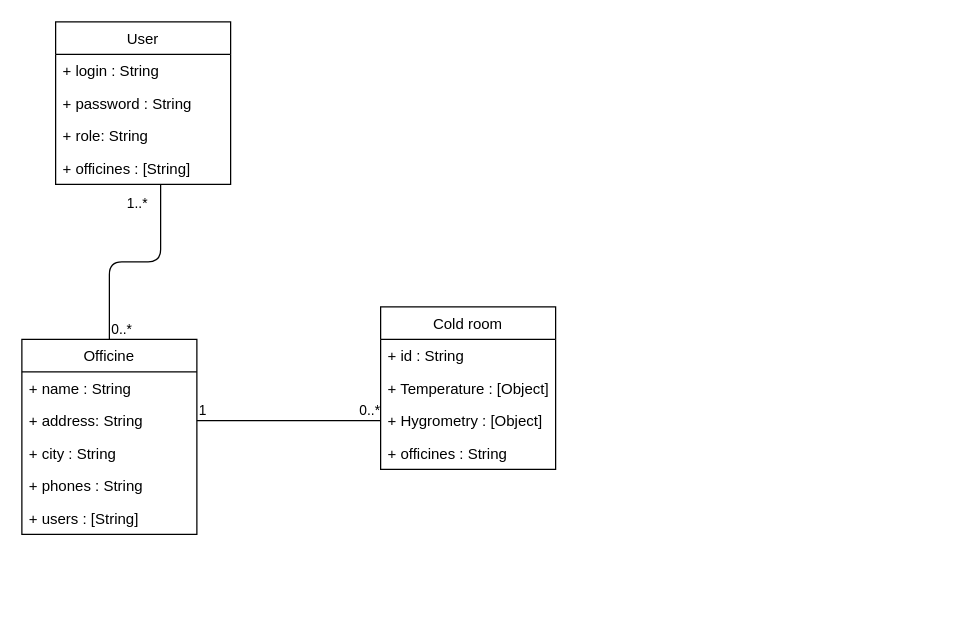
Earlier version of the draw.io diagram _projet/ECF_ColdRoom_DiagrammeClasse.drawio (youamzak/ecf-cold-room). Source tidied: cells renumbered, new cells numbered last; positions are measured from the earlier drawing's top-left corner, leaving out a move shared by most shapes. Both pictures are drawn from the tidied source at 125%, with x=0, y=0 at pixel (21, 21).
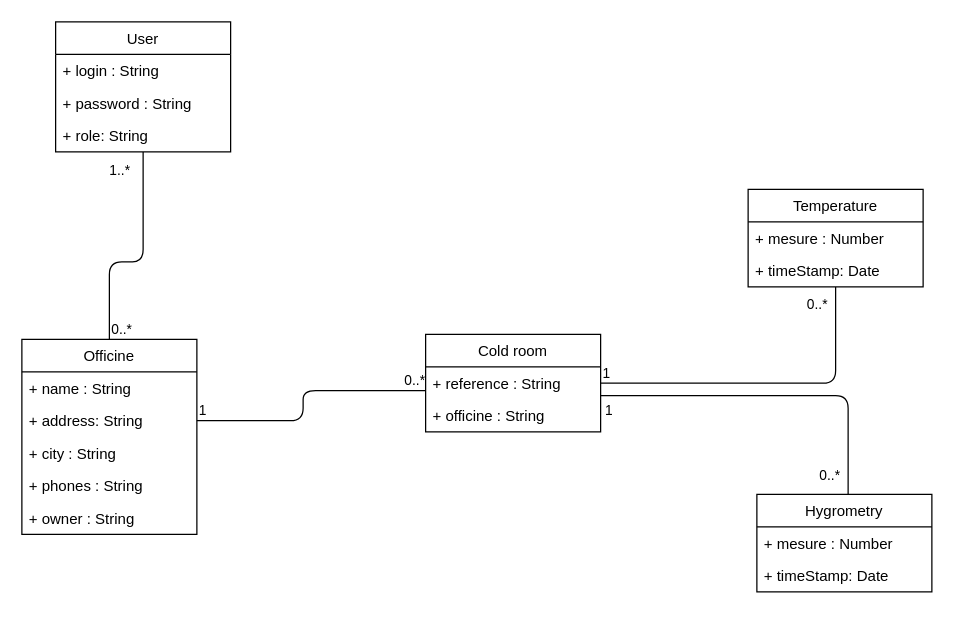
Above is the later version.

The change refers to these unchanged cells:
```xml
<mxCell id="7" value="Officine" style="swimlane;fontStyle=0;horizontal=1;startSize=26;fillColor=none;hachureGap=4;" parent="1" vertex="1">
  <mxGeometry y="254" width="140" height="156" as="geometry" />
</mxCell>
<mxCell id="9" value="+ address: String" style="text;strokeColor=none;fillColor=none;align=left;verticalAlign=top;spacingLeft=4;spacingRight=4;overflow=hidden;points=[[0,0.5],[1,0.5]];portConstraint=eastwest;" parent="7" vertex="1">
  <mxGeometry y="52" width="140" height="26" as="geometry" />
</mxCell>
```

Diff of the diagram source:
```diff
@@
     <mxCell id="2" value="User" style="swimlane;fontStyle=0;horizontal=1;startSize=26;fillColor=none;hachureGap=4;" parent="1" vertex="1">
-      <mxGeometry x="27" width="140" height="130" as="geometry" />
+      <mxGeometry x="27" width="140" height="104" as="geometry" />
     </mxCell>
@@
-    <mxCell id="6" value="+ officines : [String]" style="text;strokeColor=none;fillColor=none;align=left;verticalAlign=top;spacingLeft=4;spacingRight=4;overflow=hidden;" parent="2" vertex="1">
-      <mxGeometry y="104" width="140" height="26" as="geometry" />
-    </mxCell>
@@
-    <mxCell id="12" value="+ users : [String]" style="text;strokeColor=none;fillColor=none;align=left;verticalAlign=top;spacingLeft=4;spacingRight=4;overflow=hidden;" parent="7" vertex="1">
+    <mxCell id="12" value="+ owner : String" style="text;strokeColor=none;fillColor=none;align=left;verticalAlign=top;spacingLeft=4;spacingRight=4;overflow=hidden;" parent="7" vertex="1">
       <mxGeometry y="130" width="140" height="26" as="geometry" />
     </mxCell>
     <mxCell id="13" value="Cold room" style="swimlane;fontStyle=0;horizontal=1;startSize=26;fillColor=none;hachureGap=4;" parent="1" vertex="1">
-      <mxGeometry x="287" y="228" width="140" height="130" as="geometry" />
+      <mxGeometry x="323" y="250" width="140" height="78" as="geometry" />
     </mxCell>
-    <mxCell id="14" value="+ id : String" style="text;strokeColor=none;fillColor=none;align=left;verticalAlign=top;spacingLeft=4;spacingRight=4;overflow=hidden;" parent="13" vertex="1">
+    <mxCell id="14" value="+ reference : String" style="text;strokeColor=none;fillColor=none;align=left;verticalAlign=top;spacingLeft=4;spacingRight=4;overflow=hidden;" parent="13" vertex="1">
       <mxGeometry y="26" width="140" height="26" as="geometry" />
     </mxCell>
-    <mxCell id="15" value="+ Temperature : [Object]" style="text;strokeColor=none;fillColor=none;align=left;verticalAlign=top;spacingLeft=4;spacingRight=4;overflow=hidden;" parent="13" vertex="1">
-      <mxGeometry y="52" width="140" height="26" as="geometry" />
-    </mxCell>
-    <mxCell id="16" value="+ Hygrometry : [Object]" style="text;strokeColor=none;fillColor=none;align=left;verticalAlign=top;spacingLeft=4;spacingRight=4;overflow=hidden;points=[[0,0.5],[1,0.5]];portConstraint=eastwest;" parent="13" vertex="1">
-      <mxGeometry y="78" width="140" height="26" as="geometry" />
-    </mxCell>
-    <mxCell id="17" value="+ officines : String" style="text;strokeColor=none;fillColor=none;align=left;verticalAlign=top;spacingLeft=4;spacingRight=4;overflow=hidden;" parent="13" vertex="1">
-      <mxGeometry y="104" width="140" height="26" as="geometry" />
+    <mxCell id="17" value="+ officine : String" style="text;strokeColor=none;fillColor=none;align=left;verticalAlign=top;spacingLeft=4;spacingRight=4;overflow=hidden;" parent="13" vertex="1">
+      <mxGeometry y="52" width="140" height="26" as="geometry" />
     </mxCell>
-    <mxCell id="18" style="endArrow=none;html=1;edgeStyle=orthogonalEdgeStyle;entryX=0;entryY=0.5;entryDx=0;entryDy=0;exitX=1;exitY=0.5;exitDx=0;exitDy=0;" parent="1" edge="1" source="9" target="16">
-      <mxGeometry relative="1" as="geometry" />
+    <mxCell id="18" style="endArrow=none;html=1;edgeStyle=orthogonalEdgeStyle;exitX=1;exitY=0.5;exitDx=0;exitDy=0;" parent="1" edge="1" source="9" target="13">
+      <mxGeometry relative="1" as="geometry">
+        <Array as="points">
+          <mxPoint x="225" y="319" />
+          <mxPoint x="225" y="295" />
+        </Array>
+      </mxGeometry>
     </mxCell>
@@
-    <mxCell id="21" style="endArrow=none;html=1;edgeStyle=orthogonalEdgeStyle;exitX=0.5;exitY=0;exitDx=0;exitDy=0;" parent="1" edge="1" source="7">
+    <mxCell id="21" style="endArrow=none;html=1;edgeStyle=orthogonalEdgeStyle;exitX=0.5;exitY=0;exitDx=0;exitDy=0;" parent="1" edge="1" source="7" target="2">
       <mxGeometry relative="1" as="geometry">
-        <mxPoint x="111" y="130" as="targetPoint" />
         <Array as="points">
           <mxPoint x="70" y="192" />
-          <mxPoint x="111" y="192" />
-          <mxPoint x="111" y="130" />
+          <mxPoint x="97" y="192" />
         </Array>
       </mxGeometry>
     </mxCell>
@@
+    <mxCell id="24" value="Temperature" style="swimlane;fontStyle=0;horizontal=1;startSize=26;fillColor=none;hachureGap=4;" parent="1" vertex="1">
+      <mxGeometry x="581" y="134" width="140" height="78" as="geometry" />
+    </mxCell>
+    <mxCell id="25" value="+ mesure : Number" style="text;strokeColor=none;fillColor=none;align=left;verticalAlign=top;spacingLeft=4;spacingRight=4;overflow=hidden;" parent="24" vertex="1">
+      <mxGeometry y="26" width="140" height="26" as="geometry" />
+    </mxCell>
+    <mxCell id="26" value="+ timeStamp: Date" style="text;strokeColor=none;fillColor=none;align=left;verticalAlign=top;spacingLeft=4;spacingRight=4;overflow=hidden;" parent="24" vertex="1">
+      <mxGeometry y="52" width="140" height="26" as="geometry" />
+    </mxCell>
+    <mxCell id="27" value="Hygrometry" style="swimlane;fontStyle=0;horizontal=1;startSize=26;fillColor=none;hachureGap=4;" parent="1" vertex="1">
+      <mxGeometry x="588" y="378" width="140" height="78" as="geometry" />
+    </mxCell>
+    <mxCell id="28" value="+ mesure : Number" style="text;strokeColor=none;fillColor=none;align=left;verticalAlign=top;spacingLeft=4;spacingRight=4;overflow=hidden;" parent="27" vertex="1">
+      <mxGeometry y="26" width="140" height="26" as="geometry" />
+    </mxCell>
+    <mxCell id="29" value="+ timeStamp: Date" style="text;strokeColor=none;fillColor=none;align=left;verticalAlign=top;spacingLeft=4;spacingRight=4;overflow=hidden;" parent="27" vertex="1">
+      <mxGeometry y="52" width="140" height="26" as="geometry" />
+    </mxCell>
+    <mxCell id="30" style="endArrow=none;html=1;edgeStyle=orthogonalEdgeStyle;" parent="1" edge="1" source="13" target="24">
+      <mxGeometry relative="1" as="geometry">
+        <Array as="points">
+          <mxPoint x="651" y="289" />
+        </Array>
+      </mxGeometry>
+    </mxCell>
+    <mxCell id="31" value="1" style="edgeLabel;html=1;align=left;verticalAlign=bottom;" parent="30" vertex="1">
+      <mxGeometry x="-1" relative="1" as="geometry" />
+    </mxCell>
+    <mxCell id="32" value="0..*" style="edgeLabel;html=1;align=right;verticalAlign=bottom;" parent="30" vertex="1">
+      <mxGeometry x="1" relative="1" as="geometry">
+        <mxPoint x="-6" y="22" as="offset" />
+      </mxGeometry>
+    </mxCell>
+    <mxCell id="33" style="endArrow=none;html=1;edgeStyle=orthogonalEdgeStyle;" parent="1" edge="1" source="13" target="27">
+      <mxGeometry relative="1" as="geometry">
+        <Array as="points">
+          <mxPoint x="661" y="299" />
+        </Array>
+      </mxGeometry>
+    </mxCell>
+    <mxCell id="34" value="1" style="edgeLabel;html=1;align=left;verticalAlign=bottom;" parent="33" vertex="1">
+      <mxGeometry x="-1" relative="1" as="geometry">
+        <mxPoint x="2" y="20" as="offset" />
+      </mxGeometry>
+    </mxCell>
+    <mxCell id="35" value="0..*" style="edgeLabel;html=1;align=right;verticalAlign=bottom;" parent="33" vertex="1">
+      <mxGeometry x="1" relative="1" as="geometry">
+        <mxPoint x="-6" y="-7" as="offset" />
+      </mxGeometry>
+    </mxCell>
```
